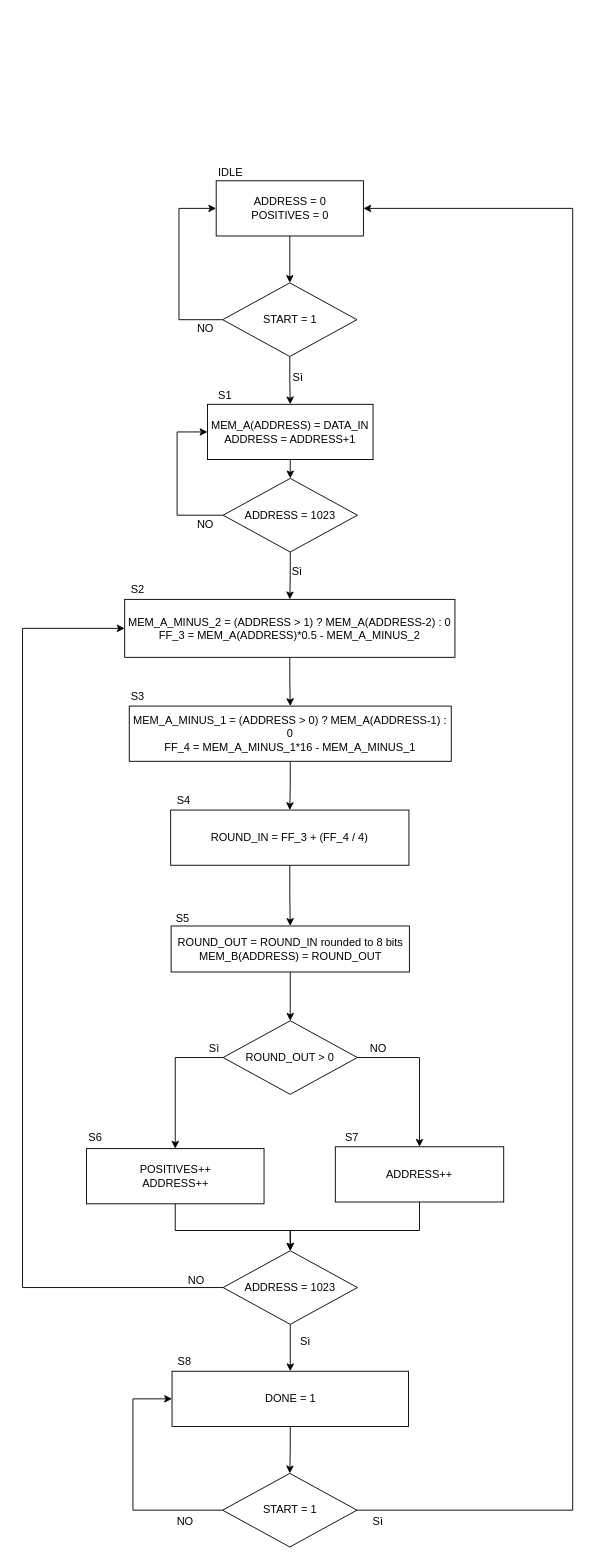
The draw.io diagram lab6/Algorithm ASM.drawio in leobel96/Polito-ESD-NeuralNetwork, before the edit. Source tidied: cells renumbered, new cells numbered last; positions are measured from the earlier drawing's top-left corner, leaving out a move shared by most shapes. Both pictures are drawn from the tidied source at 92%, with x=0, y=0 at pixel (22, 163).
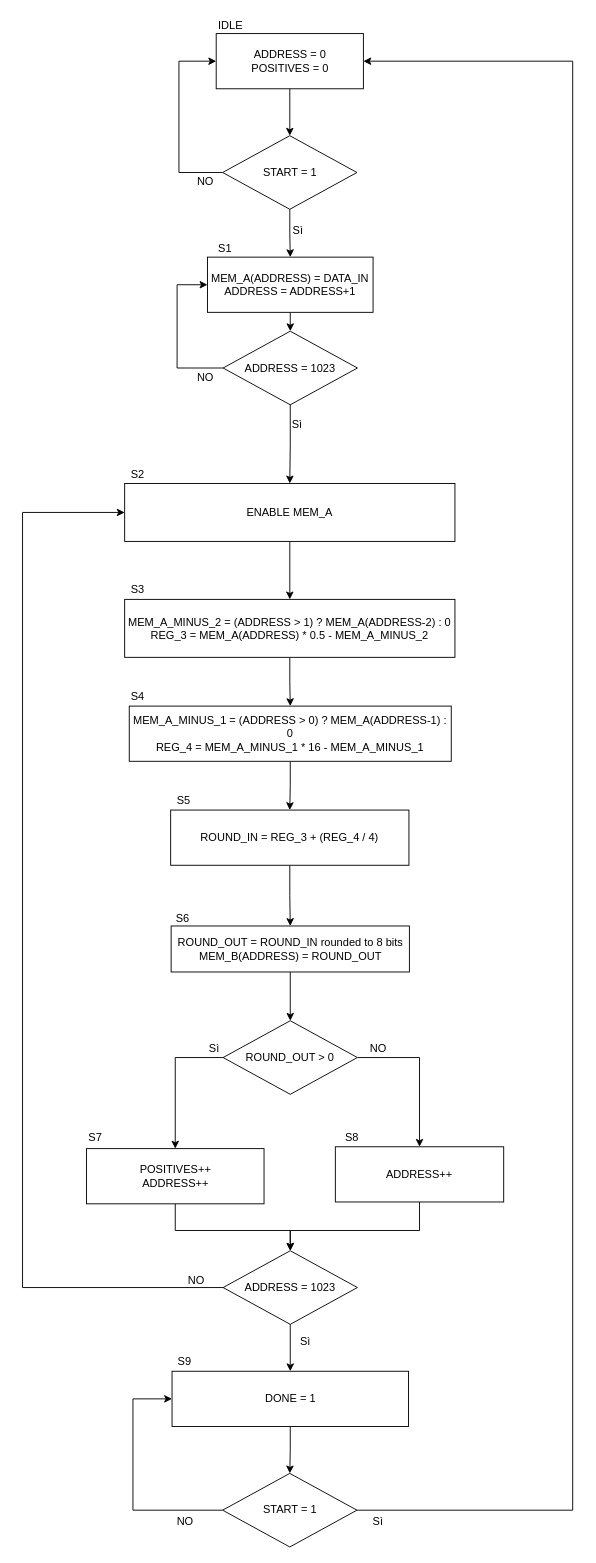
The same diagram, later.

The change refers to these unchanged cells:
```xml
<mxCell id="21" value="ADDRESS = 1023" style="rhombus;whiteSpace=wrap;html=1;" parent="1" vertex="1">
  <mxGeometry x="218" y="1182" width="146" height="80" as="geometry" />
</mxCell>
<mxCell id="51" value="START = 1" style="rhombus;whiteSpace=wrap;html=1;" parent="1" vertex="1">
  <mxGeometry x="217.5" y="1424" width="146" height="80" as="geometry" />
</mxCell>
```

The edit, as a diff of the source:
```diff
@@
     <mxCell id="3" value="&lt;div&gt;ADDRESS = 0&lt;/div&gt;&lt;div&gt;POSITIVES = 0&lt;br&gt;&lt;/div&gt;" style="rounded=0;whiteSpace=wrap;html=1;" parent="1" vertex="1">
-      <mxGeometry x="210.5" y="19" width="160" height="60" as="geometry" />
+      <mxGeometry x="210.5" y="-141" width="160" height="60" as="geometry" />
     </mxCell>
     <mxCell id="4" value="IDLE" style="text;html=1;align=left;verticalAlign=top;spacingTop=-4;" parent="1" vertex="1">
-      <mxGeometry x="210.5" width="40" height="20" as="geometry" />
+      <mxGeometry x="210.5" y="-160" width="40" height="20" as="geometry" />
     </mxCell>
@@
     <mxCell id="6" value="&lt;div&gt;MEM_A(ADDRESS) = DATA_IN&lt;/div&gt;&lt;div&gt;ADDRESS = ADDRESS+1&lt;br&gt;&lt;/div&gt;" style="rounded=0;whiteSpace=wrap;html=1;" parent="1" vertex="1">
-      <mxGeometry x="201" y="262" width="180" height="60" as="geometry" />
+      <mxGeometry x="201" y="102" width="180" height="60" as="geometry" />
     </mxCell>
     <mxCell id="7" value="S1" style="text;html=1;align=left;verticalAlign=top;spacingTop=-4;" parent="1" vertex="1">
-      <mxGeometry x="210.5" y="243" width="30" height="20" as="geometry" />
+      <mxGeometry x="210.5" y="83" width="30" height="20" as="geometry" />
     </mxCell>
     <mxCell id="8" style="edgeStyle=orthogonalEdgeStyle;rounded=0;jettySize=auto;html=1;exitX=0;exitY=0.5;exitDx=0;exitDy=0;entryX=0;entryY=0.5;entryDx=0;entryDy=0;" parent="1" edge="1" source="10" target="6">
       <mxGeometry relative="1" as="geometry">
         <Array as="points">
-          <mxPoint x="168" y="383" />
-          <mxPoint x="168" y="292" />
+          <mxPoint x="168" y="223" />
+          <mxPoint x="168" y="132" />
         </Array>
       </mxGeometry>
     </mxCell>
-    <mxCell id="9" style="edgeStyle=orthogonalEdgeStyle;rounded=0;jettySize=auto;html=1;exitX=0.5;exitY=1;exitDx=0;exitDy=0;entryX=0.5;entryY=0;entryDx=0;entryDy=0;" parent="1" edge="1" source="10" target="13">
-      <mxGeometry relative="1" as="geometry" />
-    </mxCell>
+    <mxCell id="54" style="edgeStyle=orthogonalEdgeStyle;rounded=0;jettySize=auto;html=1;exitX=0.5;exitY=1;exitDx=0;exitDy=0;entryX=0.5;entryY=0;entryDx=0;entryDy=0;" parent="1" edge="1" source="10" target="56">
+      <mxGeometry relative="1" as="geometry" />
+    </mxCell>
     <mxCell id="10" value="ADDRESS = 1023" style="rhombus;whiteSpace=wrap;html=1;" parent="1" vertex="1">
-      <mxGeometry x="218" y="342.5" width="146" height="80" as="geometry" />
+      <mxGeometry x="218" y="182.5" width="146" height="80" as="geometry" />
     </mxCell>
     <mxCell id="11" value="NO" style="text;html=1;align=left;verticalAlign=top;spacingTop=-4;" parent="1" vertex="1">
-      <mxGeometry x="188" y="382.5" width="30" height="20" as="geometry" />
+      <mxGeometry x="188" y="222.5" width="30" height="20" as="geometry" />
     </mxCell>
@@
-    <mxCell id="13" value="&lt;div&gt;MEM_A_MINUS_2 = (ADDRESS &amp;gt; 1) ? MEM_A(ADDRESS-2) : 0&lt;/div&gt;&lt;div&gt;&lt;div&gt;FF_3 = MEM_A(ADDRESS)*0.5 - MEM_A_MINUS_2 &lt;br&gt;&lt;/div&gt;&lt;/div&gt;" style="rounded=0;whiteSpace=wrap;html=1;" parent="1" vertex="1">
+    <mxCell id="13" value="&lt;div&gt;MEM_A_MINUS_2 = (ADDRESS &amp;gt; 1) ? MEM_A(ADDRESS-2) : 0&lt;/div&gt;&lt;div&gt;&lt;div&gt;REG_3 = MEM_A(ADDRESS) * 0.5 - MEM_A_MINUS_2&lt;br&gt;&lt;/div&gt;&lt;/div&gt;" style="rounded=0;whiteSpace=wrap;html=1;" parent="1" vertex="1">
       <mxGeometry x="111" y="474" width="359" height="63" as="geometry" />
     </mxCell>
@@
-    <mxCell id="15" value="&lt;div&gt;MEM_A_MINUS_1 = (ADDRESS &amp;gt; 0) ? MEM_A(ADDRESS-1) : 0&lt;/div&gt;&lt;div&gt;FF_4 = MEM_A_MINUS_1*16 - MEM_A_MINUS_1&lt;/div&gt;" style="rounded=0;whiteSpace=wrap;html=1;" parent="1" vertex="1">
+    <mxCell id="15" value="&lt;div&gt;MEM_A_MINUS_1 = (ADDRESS &amp;gt; 0) ? MEM_A(ADDRESS-1) : 0&lt;/div&gt;&lt;div&gt;REG_4 = MEM_A_MINUS_1 * 16 - MEM_A_MINUS_1&lt;/div&gt;" style="rounded=0;whiteSpace=wrap;html=1;" parent="1" vertex="1">
       <mxGeometry x="116" y="590" width="350" height="60" as="geometry" />
     </mxCell>
@@
-    <mxCell id="17" value="&lt;div&gt;ROUND_IN = FF_3 + (FF_4 / 4)&lt;/div&gt;" style="rounded=0;whiteSpace=wrap;html=1;" parent="1" vertex="1">
+    <mxCell id="17" value="&lt;div&gt;ROUND_IN = REG_3 + (REG_4 / 4)&lt;/div&gt;" style="rounded=0;whiteSpace=wrap;html=1;" parent="1" vertex="1">
       <mxGeometry x="161" y="703" width="259" height="60" as="geometry" />
     </mxCell>
     <mxCell id="18" value="Sì" style="text;html=1;align=left;verticalAlign=top;spacingTop=-4;" parent="1" vertex="1">
-      <mxGeometry x="290.5" y="434" width="30" height="20" as="geometry" />
+      <mxGeometry x="290.5" y="274" width="30" height="20" as="geometry" />
     </mxCell>
-    <mxCell id="19" style="edgeStyle=orthogonalEdgeStyle;rounded=0;jettySize=auto;html=1;exitX=0;exitY=0.5;exitDx=0;exitDy=0;entryX=0;entryY=0.5;entryDx=0;entryDy=0;" parent="1" edge="1" source="21" target="13">
+    <mxCell id="19" style="edgeStyle=orthogonalEdgeStyle;rounded=0;jettySize=auto;html=1;exitX=0;exitY=0.5;exitDx=0;exitDy=0;entryX=0;entryY=0.5;entryDx=0;entryDy=0;" parent="1" edge="1" source="21" target="56">
       <mxGeometry relative="1" as="geometry">
         <Array as="points">
           <mxPoint y="1222" />
-          <mxPoint y="506" />
+          <mxPoint y="380" />
         </Array>
       </mxGeometry>
     </mxCell>
@@
     <mxCell id="24" style="edgeStyle=orthogonalEdgeStyle;rounded=0;jettySize=auto;html=1;exitX=1;exitY=0.5;exitDx=0;exitDy=0;entryX=1;entryY=0.5;entryDx=0;entryDy=0;" parent="1" edge="1" source="51" target="3">
       <mxGeometry relative="1" as="geometry">
         <Array as="points">
           <mxPoint x="598" y="1464" />
-          <mxPoint x="598" y="49" />
+          <mxPoint x="598" y="-111" />
         </Array>
       </mxGeometry>
     </mxCell>
@@
     <mxCell id="28" style="edgeStyle=orthogonalEdgeStyle;rounded=0;jettySize=auto;html=1;exitX=0;exitY=0.5;exitDx=0;exitDy=0;entryX=0;entryY=0.5;entryDx=0;entryDy=0;" parent="1" edge="1" source="29" target="3">
       <mxGeometry relative="1" as="geometry">
         <Array as="points">
-          <mxPoint x="170" y="170" />
-          <mxPoint x="170" y="49" />
+          <mxPoint x="170" y="10" />
+          <mxPoint x="170" y="-111" />
         </Array>
       </mxGeometry>
     </mxCell>
     <mxCell id="29" value="START = 1" style="rhombus;whiteSpace=wrap;html=1;" parent="1" vertex="1">
-      <mxGeometry x="217.5" y="130" width="146" height="80" as="geometry" />
+      <mxGeometry x="217.5" y="-30" width="146" height="80" as="geometry" />
     </mxCell>
     <mxCell id="30" value="NO" style="text;html=1;align=left;verticalAlign=top;spacingTop=-4;" parent="1" vertex="1">
-      <mxGeometry x="188" y="170" width="30" height="20" as="geometry" />
+      <mxGeometry x="188" y="10" width="30" height="20" as="geometry" />
     </mxCell>
     <mxCell id="31" value="Sì" style="text;html=1;align=left;verticalAlign=top;spacingTop=-4;" parent="1" vertex="1">
-      <mxGeometry x="291.5" y="223" width="30" height="20" as="geometry" />
+      <mxGeometry x="291.5" y="63" width="30" height="20" as="geometry" />
     </mxCell>
-    <mxCell id="32" value="S2" style="text;html=1;align=left;verticalAlign=top;spacingTop=-4;" parent="1" vertex="1">
+    <mxCell id="32" value="S3" style="text;html=1;align=left;verticalAlign=top;spacingTop=-4;" parent="1" vertex="1">
       <mxGeometry x="116" y="454" width="30" height="20" as="geometry" />
     </mxCell>
-    <mxCell id="33" value="S3" style="text;html=1;align=left;verticalAlign=top;spacingTop=-4;" parent="1" vertex="1">
+    <mxCell id="33" value="S4" style="text;html=1;align=left;verticalAlign=top;spacingTop=-4;" parent="1" vertex="1">
       <mxGeometry x="116" y="570" width="30" height="20" as="geometry" />
     </mxCell>
-    <mxCell id="34" value="S4" style="text;html=1;align=left;verticalAlign=top;spacingTop=-4;" parent="1" vertex="1">
+    <mxCell id="34" value="S5" style="text;html=1;align=left;verticalAlign=top;spacingTop=-4;" parent="1" vertex="1">
       <mxGeometry x="166" y="683" width="30" height="20" as="geometry" />
     </mxCell>
@@
-    <mxCell id="42" value="S6" style="text;html=1;align=left;verticalAlign=top;spacingTop=-4;" parent="1" vertex="1">
+    <mxCell id="42" value="S7" style="text;html=1;align=left;verticalAlign=top;spacingTop=-4;" parent="1" vertex="1">
       <mxGeometry x="69.5" y="1048.5" width="30" height="20" as="geometry" />
     </mxCell>
-    <mxCell id="43" value="S8" style="text;html=1;align=left;verticalAlign=top;spacingTop=-4;" parent="1" vertex="1">
+    <mxCell id="43" value="S9" style="text;html=1;align=left;verticalAlign=top;spacingTop=-4;" parent="1" vertex="1">
       <mxGeometry x="166.5" y="1293" width="30" height="20" as="geometry" />
     </mxCell>
@@
-    <mxCell id="46" value="S5" style="text;html=1;align=left;verticalAlign=top;spacingTop=-4;" parent="1" vertex="1">
+    <mxCell id="46" value="S6" style="text;html=1;align=left;verticalAlign=top;spacingTop=-4;" parent="1" vertex="1">
       <mxGeometry x="165" y="811" width="30" height="20" as="geometry" />
     </mxCell>
@@
-    <mxCell id="49" value="S7" style="text;html=1;align=left;verticalAlign=top;spacingTop=-4;" parent="1" vertex="1">
+    <mxCell id="49" value="S8" style="text;html=1;align=left;verticalAlign=top;spacingTop=-4;" parent="1" vertex="1">
       <mxGeometry x="349" y="1048.5" width="30" height="20" as="geometry" />
     </mxCell>
@@
+    <mxCell id="55" style="edgeStyle=orthogonalEdgeStyle;rounded=0;jettySize=auto;html=1;exitX=0.5;exitY=1;exitDx=0;exitDy=0;entryX=0.5;entryY=0;entryDx=0;entryDy=0;" parent="1" edge="1" source="56" target="13">
+      <mxGeometry relative="1" as="geometry" />
+    </mxCell>
+    <mxCell id="56" value="ENABLE MEM_A" style="rounded=0;whiteSpace=wrap;html=1;" parent="1" vertex="1">
+      <mxGeometry x="111" y="348" width="359" height="63" as="geometry" />
+    </mxCell>
+    <mxCell id="57" value="S2" style="text;html=1;align=left;verticalAlign=top;spacingTop=-4;direction=south;" parent="1" vertex="1">
+      <mxGeometry x="116" y="329" width="20" height="30" as="geometry" />
+    </mxCell>
```
